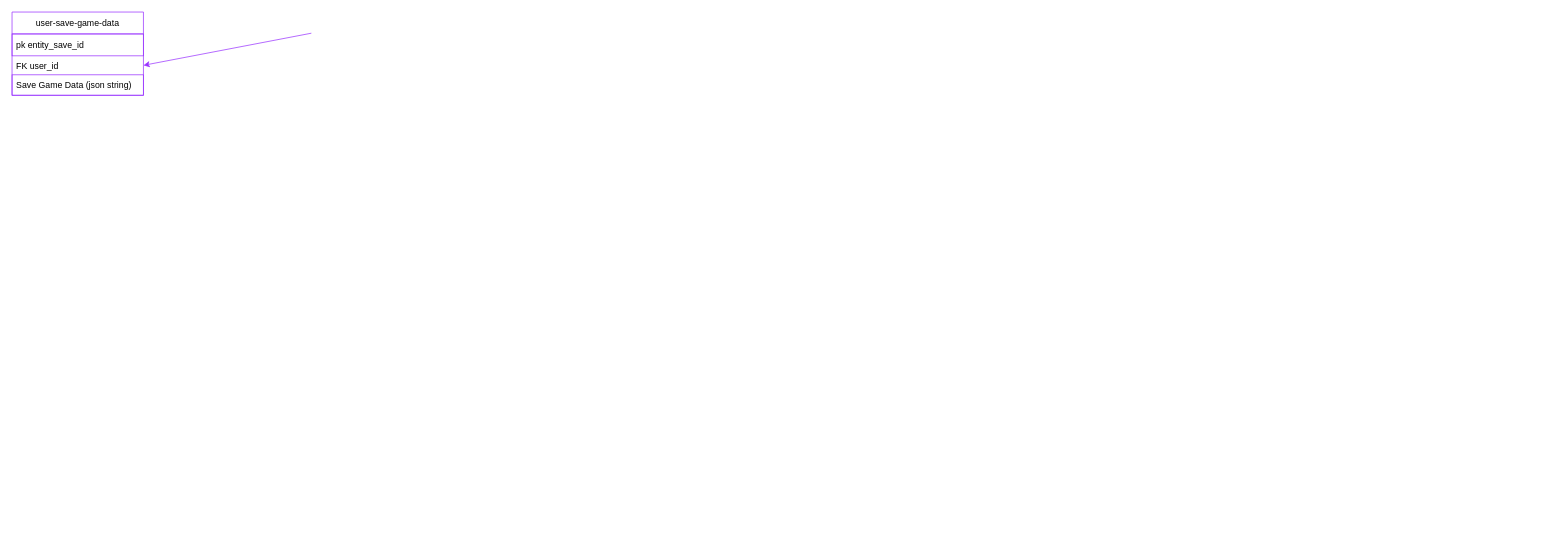
Before: page "Scraps" (4 of 4) of project-management/phase-5-erd.drawio in Rainbow-Collective/petsite, a draw.io diagram. Source tidied: cells renumbered, new cells numbered last; positions are measured from the earlier drawing's top-left corner, leaving out a move shared by most shapes. Both pictures are drawn from the tidied source at 73%, with x=0, y=0 at pixel (12, 12).
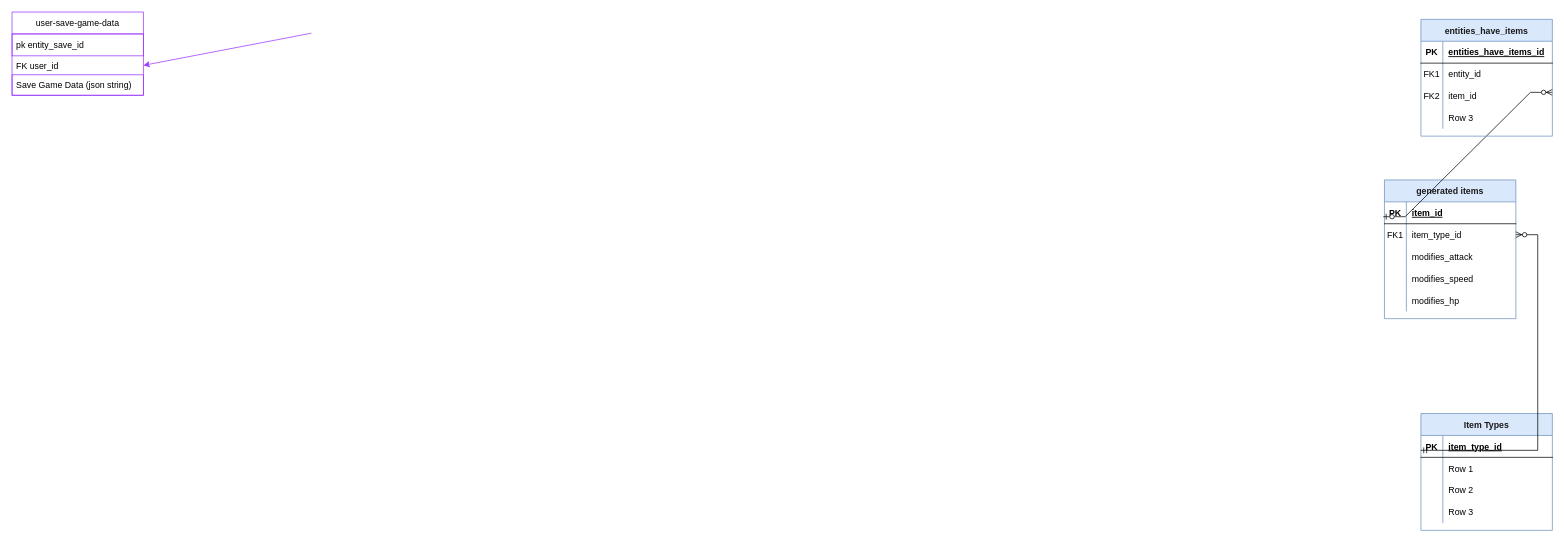
Above is the later version.

What changed in the source:
```diff
@@
+    <mxCell id="7" value="Item Types" style="shape=table;startSize=30;childLayout=tableLayout;rowLines=0;fontStyle=1;align=center;fillColor=#dae8fc;strokeColor=#6c8ebf;fontColor=#1A1A1A;" parent="1" vertex="1">
+      <mxGeometry x="1930" y="550" width="180" height="160" as="geometry" />
+    </mxCell>
+    <mxCell id="8" style="shape=tableRow;horizontal=0;startSize=0;swimlaneHead=0;swimlaneBody=0;fillColor=none;points=[[0,0.5],[1,0.5]];portConstraint=eastwest;top=0;left=0;right=0;bottom=1;" parent="7" vertex="1">
+      <mxGeometry y="30" width="180" height="30" as="geometry" />
+    </mxCell>
+    <mxCell id="9" value="PK" style="shape=partialRectangle;fillColor=none;top=0;left=0;bottom=0;right=0;fontStyle=1;overflow=hidden;" parent="8" vertex="1">
+      <mxGeometry width="30" height="30" as="geometry" />
+    </mxCell>
+    <mxCell id="10" value="item_type_id" style="shape=partialRectangle;fillColor=none;top=0;left=0;bottom=0;right=0;align=left;spacingLeft=6;fontStyle=5;overflow=hidden;" parent="8" vertex="1">
+      <mxGeometry x="30" width="150" height="30" as="geometry" />
+    </mxCell>
+    <mxCell id="11" style="shape=tableRow;horizontal=0;startSize=0;swimlaneHead=0;swimlaneBody=0;fillColor=none;top=0;left=0;right=0;bottom=0;" parent="7" vertex="1">
+      <mxGeometry y="60" width="180" height="30" as="geometry" />
+    </mxCell>
+    <mxCell id="12" style="shape=partialRectangle;fillColor=none;top=0;left=0;bottom=0;right=0;overflow=hidden;" parent="11" vertex="1">
+      <mxGeometry width="30" height="30" as="geometry" />
+    </mxCell>
+    <mxCell id="13" value="Row 1" style="shape=partialRectangle;fillColor=none;top=0;left=0;bottom=0;right=0;align=left;spacingLeft=6;overflow=hidden;" parent="11" vertex="1">
+      <mxGeometry x="30" width="150" height="30" as="geometry" />
+    </mxCell>
+    <mxCell id="14" style="shape=tableRow;horizontal=0;startSize=0;swimlaneHead=0;swimlaneBody=0;fillColor=none;top=0;left=0;right=0;bottom=0;" parent="7" vertex="1">
+      <mxGeometry y="90" width="180" height="30" as="geometry" />
+    </mxCell>
+    <mxCell id="15" style="shape=partialRectangle;fillColor=none;top=0;left=0;bottom=0;right=0;overflow=hidden;" parent="14" vertex="1">
+      <mxGeometry width="30" height="30" as="geometry" />
+    </mxCell>
+    <mxCell id="16" value="Row 2" style="shape=partialRectangle;fillColor=none;top=0;left=0;bottom=0;right=0;align=left;spacingLeft=6;overflow=hidden;" parent="14" vertex="1">
+      <mxGeometry x="30" width="150" height="30" as="geometry" />
+    </mxCell>
+    <mxCell id="17" style="shape=tableRow;horizontal=0;startSize=0;swimlaneHead=0;swimlaneBody=0;fillColor=none;top=0;left=0;right=0;bottom=0;" parent="7" vertex="1">
+      <mxGeometry y="120" width="180" height="30" as="geometry" />
+    </mxCell>
+    <mxCell id="18" style="shape=partialRectangle;fillColor=none;top=0;left=0;bottom=0;right=0;overflow=hidden;" parent="17" vertex="1">
+      <mxGeometry width="30" height="30" as="geometry" />
+    </mxCell>
+    <mxCell id="19" value="Row 3" style="shape=partialRectangle;fillColor=none;top=0;left=0;bottom=0;right=0;align=left;spacingLeft=6;overflow=hidden;" parent="17" vertex="1">
+      <mxGeometry x="30" width="150" height="30" as="geometry" />
+    </mxCell>
+    <mxCell id="20" value="generated items" style="shape=table;startSize=30;childLayout=tableLayout;rowLines=0;fontStyle=1;align=center;fillColor=#dae8fc;strokeColor=#6c8ebf;fontColor=#1A1A1A;" parent="1" vertex="1">
+      <mxGeometry x="1880" y="230" width="180" height="190" as="geometry" />
+    </mxCell>
+    <mxCell id="21" style="shape=tableRow;horizontal=0;startSize=0;swimlaneHead=0;swimlaneBody=0;fillColor=none;points=[[0,0.5],[1,0.5]];portConstraint=eastwest;top=0;left=0;right=0;bottom=1;" parent="20" vertex="1">
+      <mxGeometry y="30" width="180" height="30" as="geometry" />
+    </mxCell>
+    <mxCell id="22" value="PK" style="shape=partialRectangle;fillColor=none;top=0;left=0;bottom=0;right=0;fontStyle=1;overflow=hidden;" parent="21" vertex="1">
+      <mxGeometry width="30" height="30" as="geometry" />
+    </mxCell>
+    <mxCell id="23" value="item_id" style="shape=partialRectangle;fillColor=none;top=0;left=0;bottom=0;right=0;align=left;spacingLeft=6;fontStyle=5;overflow=hidden;" parent="21" vertex="1">
+      <mxGeometry x="30" width="150" height="30" as="geometry" />
+    </mxCell>
+    <mxCell id="24" style="shape=tableRow;horizontal=0;startSize=0;swimlaneHead=0;swimlaneBody=0;fillColor=none;points=[[0,0.5],[1,0.5]];portConstraint=eastwest;top=0;left=0;right=0;bottom=0;" parent="20" vertex="1">
+      <mxGeometry y="60" width="180" height="30" as="geometry" />
+    </mxCell>
+    <mxCell id="25" value="FK1" style="shape=partialRectangle;fillColor=none;top=0;left=0;bottom=0;right=0;overflow=hidden;" parent="24" vertex="1">
+      <mxGeometry width="30" height="30" as="geometry" />
+    </mxCell>
+    <mxCell id="26" value="item_type_id" style="shape=partialRectangle;fillColor=none;top=0;left=0;bottom=0;right=0;align=left;spacingLeft=6;overflow=hidden;" parent="24" vertex="1">
+      <mxGeometry x="30" width="150" height="30" as="geometry" />
+    </mxCell>
+    <mxCell id="27" style="shape=tableRow;horizontal=0;startSize=0;swimlaneHead=0;swimlaneBody=0;fillColor=none;top=0;left=0;right=0;bottom=0;" parent="20" vertex="1">
+      <mxGeometry y="90" width="180" height="30" as="geometry" />
+    </mxCell>
+    <mxCell id="28" style="shape=partialRectangle;fillColor=none;top=0;left=0;bottom=0;right=0;overflow=hidden;" parent="27" vertex="1">
+      <mxGeometry width="30" height="30" as="geometry" />
+    </mxCell>
+    <mxCell id="29" value="modifies_attack" style="shape=partialRectangle;fillColor=none;top=0;left=0;bottom=0;right=0;align=left;spacingLeft=6;overflow=hidden;" parent="27" vertex="1">
+      <mxGeometry x="30" width="150" height="30" as="geometry" />
+    </mxCell>
+    <mxCell id="30" style="shape=tableRow;horizontal=0;startSize=0;swimlaneHead=0;swimlaneBody=0;fillColor=none;top=0;left=0;right=0;bottom=0;" parent="20" vertex="1">
+      <mxGeometry y="120" width="180" height="30" as="geometry" />
+    </mxCell>
+    <mxCell id="31" style="shape=partialRectangle;fillColor=none;top=0;left=0;bottom=0;right=0;overflow=hidden;" parent="30" vertex="1">
+      <mxGeometry width="30" height="30" as="geometry" />
+    </mxCell>
+    <mxCell id="32" value="modifies_speed" style="shape=partialRectangle;fillColor=none;top=0;left=0;bottom=0;right=0;align=left;spacingLeft=6;overflow=hidden;" parent="30" vertex="1">
+      <mxGeometry x="30" width="150" height="30" as="geometry" />
+    </mxCell>
+    <mxCell id="33" style="shape=tableRow;horizontal=0;startSize=0;swimlaneHead=0;swimlaneBody=0;fillColor=none;top=0;left=0;right=0;bottom=0;" parent="20" vertex="1">
+      <mxGeometry y="150" width="180" height="30" as="geometry" />
+    </mxCell>
+    <mxCell id="34" style="shape=partialRectangle;fillColor=none;top=0;left=0;bottom=0;right=0;overflow=hidden;" parent="33" vertex="1">
+      <mxGeometry width="30" height="30" as="geometry" />
+    </mxCell>
+    <mxCell id="35" value="modifies_hp" style="shape=partialRectangle;fillColor=none;top=0;left=0;bottom=0;right=0;align=left;spacingLeft=6;overflow=hidden;" parent="33" vertex="1">
+      <mxGeometry x="30" width="150" height="30" as="geometry" />
+    </mxCell>
+    <mxCell id="36" style="edgeStyle=entityRelationEdgeStyle;fontSize=12;html=1;endArrow=ERzeroToMany;startArrow=ERmandOne;rounded=0;exitX=-0.001;exitY=0.679;exitDx=0;exitDy=0;exitPerimeter=0;" parent="1" edge="1" source="8" target="24">
+      <mxGeometry relative="1" as="geometry" />
+    </mxCell>
+    <mxCell id="37" style="edgeStyle=entityRelationEdgeStyle;fontSize=12;html=1;endArrow=ERzeroToMany;startArrow=ERzeroToOne;rounded=0;exitX=-0.009;exitY=0.679;exitDx=0;exitDy=0;exitPerimeter=0;entryX=1;entryY=0.333;entryDx=0;entryDy=0;entryPerimeter=0;" parent="1" edge="1" source="21" target="45">
+      <mxGeometry relative="1" as="geometry" />
+    </mxCell>
+    <mxCell id="38" value="entities_have_items" style="shape=table;startSize=30;childLayout=tableLayout;rowLines=0;fontStyle=1;align=center;fillColor=#dae8fc;strokeColor=#6c8ebf;fontColor=#1A1A1A;" parent="1" vertex="1">
+      <mxGeometry x="1930" y="10" width="180" height="160" as="geometry" />
+    </mxCell>
+    <mxCell id="39" style="shape=tableRow;horizontal=0;startSize=0;swimlaneHead=0;swimlaneBody=0;fillColor=none;top=0;left=0;right=0;bottom=1;" parent="38" vertex="1">
+      <mxGeometry y="30" width="180" height="30" as="geometry" />
+    </mxCell>
+    <mxCell id="40" value="PK" style="shape=partialRectangle;fillColor=none;top=0;left=0;bottom=0;right=0;fontStyle=1;overflow=hidden;" parent="39" vertex="1">
+      <mxGeometry width="30" height="30" as="geometry" />
+    </mxCell>
+    <mxCell id="41" value="entities_have_items_id" style="shape=partialRectangle;fillColor=none;top=0;left=0;bottom=0;right=0;align=left;spacingLeft=6;fontStyle=5;overflow=hidden;" parent="39" vertex="1">
+      <mxGeometry x="30" width="150" height="30" as="geometry" />
+    </mxCell>
+    <mxCell id="42" style="shape=tableRow;horizontal=0;startSize=0;swimlaneHead=0;swimlaneBody=0;fillColor=none;top=0;left=0;right=0;bottom=0;" parent="38" vertex="1">
+      <mxGeometry y="60" width="180" height="30" as="geometry" />
+    </mxCell>
+    <mxCell id="43" value="FK1" style="shape=partialRectangle;fillColor=none;top=0;left=0;bottom=0;right=0;overflow=hidden;" parent="42" vertex="1">
+      <mxGeometry width="30" height="30" as="geometry" />
+    </mxCell>
+    <mxCell id="44" value="entity_id" style="shape=partialRectangle;fillColor=none;top=0;left=0;bottom=0;right=0;align=left;spacingLeft=6;overflow=hidden;" parent="42" vertex="1">
+      <mxGeometry x="30" width="150" height="30" as="geometry" />
+    </mxCell>
+    <mxCell id="45" style="shape=tableRow;horizontal=0;startSize=0;swimlaneHead=0;swimlaneBody=0;fillColor=none;points=[[0,0.5],[1,0.5]];portConstraint=eastwest;top=0;left=0;right=0;bottom=0;" parent="38" vertex="1">
+      <mxGeometry y="90" width="180" height="30" as="geometry" />
+    </mxCell>
+    <mxCell id="46" value="FK2" style="shape=partialRectangle;fillColor=none;top=0;left=0;bottom=0;right=0;overflow=hidden;" parent="45" vertex="1">
+      <mxGeometry width="30" height="30" as="geometry" />
+    </mxCell>
+    <mxCell id="47" value="item_id" style="shape=partialRectangle;fillColor=none;top=0;left=0;bottom=0;right=0;align=left;spacingLeft=6;overflow=hidden;" parent="45" vertex="1">
+      <mxGeometry x="30" width="150" height="30" as="geometry" />
+    </mxCell>
+    <mxCell id="48" style="shape=tableRow;horizontal=0;startSize=0;swimlaneHead=0;swimlaneBody=0;fillColor=none;top=0;left=0;right=0;bottom=0;" parent="38" vertex="1">
+      <mxGeometry y="120" width="180" height="30" as="geometry" />
+    </mxCell>
+    <mxCell id="49" style="shape=partialRectangle;fillColor=none;top=0;left=0;bottom=0;right=0;overflow=hidden;" parent="48" vertex="1">
+      <mxGeometry width="30" height="30" as="geometry" />
+    </mxCell>
+    <mxCell id="50" value="Row 3" style="shape=partialRectangle;fillColor=none;top=0;left=0;bottom=0;right=0;align=left;spacingLeft=6;overflow=hidden;" parent="48" vertex="1">
+      <mxGeometry x="30" width="150" height="30" as="geometry" />
+    </mxCell>
```
